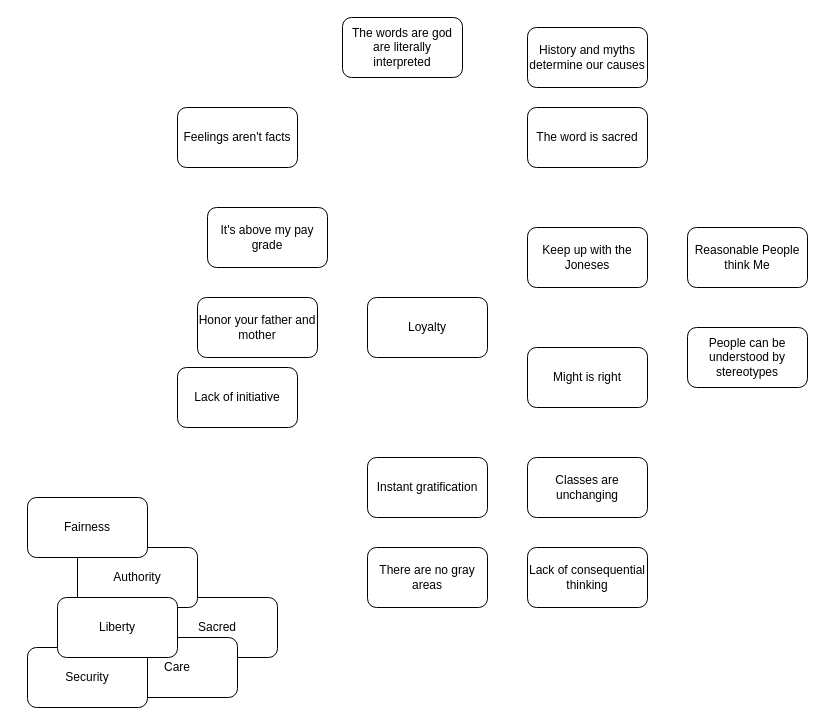
Earlier version of the draw.io diagram memespace_auth.drawio (codeaudit/1). Source tidied: cells renumbered, new cells numbered last; positions are measured from the earlier drawing's top-left corner, leaving out a move shared by most shapes. Both pictures are drawn from the tidied source at 100%, with x=0, y=0 at pixel (27, 17).
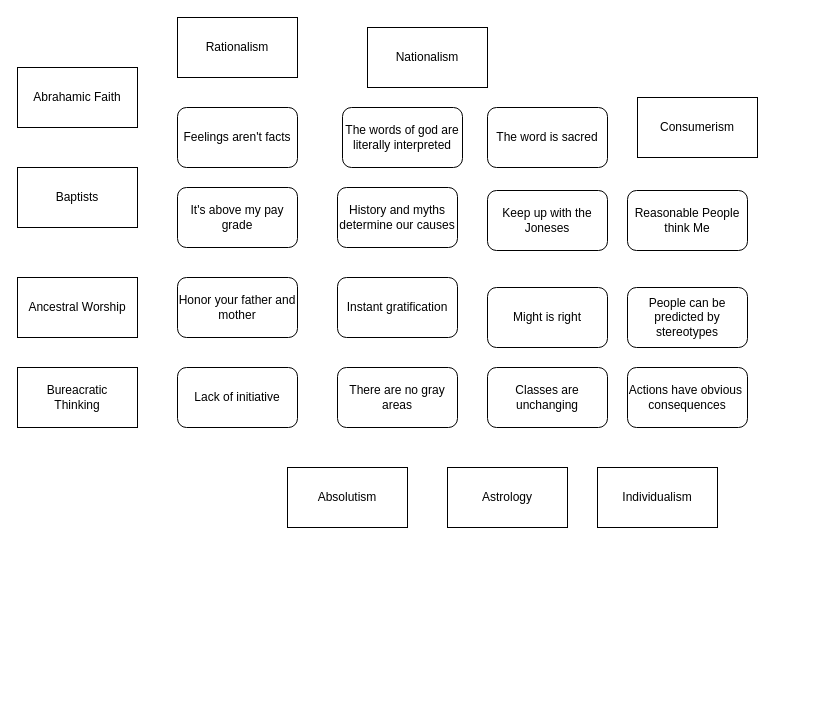
After the change.

Change to the diagram source:
```diff
@@
     <mxCell id="2" value="Keep up with the Joneses" style="rounded=1;whiteSpace=wrap;html=1;" parent="1" vertex="1">
-      <mxGeometry x="500" y="210" width="120" height="60" as="geometry" />
+      <mxGeometry x="460" y="173" width="120" height="60" as="geometry" />
     </mxCell>
     <mxCell id="3" value="The word is sacred" style="rounded=1;whiteSpace=wrap;html=1;" parent="1" vertex="1">
-      <mxGeometry x="500" y="90" width="120" height="60" as="geometry" />
+      <mxGeometry x="460" y="90" width="120" height="60" as="geometry" />
     </mxCell>
-    <mxCell id="4" value="Sacred" style="rounded=1;whiteSpace=wrap;html=1;" parent="1" vertex="1">
-      <mxGeometry x="130" y="580" width="120" height="60" as="geometry" />
-    </mxCell>
-    <mxCell id="5" value="Authority" style="rounded=1;whiteSpace=wrap;html=1;" parent="1" vertex="1">
-      <mxGeometry x="50" y="530" width="120" height="60" as="geometry" />
-    </mxCell>
-    <mxCell id="6" value="Care" style="rounded=1;whiteSpace=wrap;html=1;" parent="1" vertex="1">
-      <mxGeometry x="90" y="620" width="120" height="60" as="geometry" />
-    </mxCell>
-    <mxCell id="7" value="Security" style="rounded=1;whiteSpace=wrap;html=1;" parent="1" vertex="1">
-      <mxGeometry y="630" width="120" height="60" as="geometry" />
-    </mxCell>
-    <mxCell id="8" value="Loyalty" style="rounded=1;whiteSpace=wrap;html=1;" parent="1" vertex="1">
-      <mxGeometry x="340" y="280" width="120" height="60" as="geometry" />
-    </mxCell>
-    <mxCell id="9" value="Fairness" style="rounded=1;whiteSpace=wrap;html=1;" parent="1" vertex="1">
-      <mxGeometry y="480" width="120" height="60" as="geometry" />
-    </mxCell>
-    <mxCell id="10" value="Liberty" style="rounded=1;whiteSpace=wrap;html=1;" parent="1" vertex="1">
-      <mxGeometry x="30" y="580" width="120" height="60" as="geometry" />
-    </mxCell>
     <mxCell id="11" value="Might is right" style="rounded=1;whiteSpace=wrap;html=1;" parent="1" vertex="1">
-      <mxGeometry x="500" y="330" width="120" height="60" as="geometry" />
+      <mxGeometry x="460" y="270" width="120" height="60" as="geometry" />
     </mxCell>
     <mxCell id="12" value="Classes are unchanging" style="rounded=1;whiteSpace=wrap;html=1;" parent="1" vertex="1">
-      <mxGeometry x="500" y="440" width="120" height="60" as="geometry" />
+      <mxGeometry x="460" y="350" width="120" height="60" as="geometry" />
     </mxCell>
@@
     <mxCell id="14" value="There are no gray areas" style="rounded=1;whiteSpace=wrap;html=1;" parent="1" vertex="1">
-      <mxGeometry x="340" y="530" width="120" height="60" as="geometry" />
+      <mxGeometry x="310" y="350" width="120" height="60" as="geometry" />
     </mxCell>
     <mxCell id="15" value="Reasonable People think Me" style="rounded=1;whiteSpace=wrap;html=1;" parent="1" vertex="1">
-      <mxGeometry x="660" y="210" width="120" height="60" as="geometry" />
+      <mxGeometry x="600" y="173" width="120" height="60" as="geometry" />
     </mxCell>
     <mxCell id="16" value="It's above my pay grade" style="rounded=1;whiteSpace=wrap;html=1;" parent="1" vertex="1">
-      <mxGeometry x="180" y="190" width="120" height="60" as="geometry" />
+      <mxGeometry x="150" y="170" width="120" height="60" as="geometry" />
     </mxCell>
@@
-    <mxCell id="18" value="The words are god are literally interpreted" style="rounded=1;whiteSpace=wrap;html=1;" parent="1" vertex="1">
-      <mxGeometry x="315" width="120" height="60" as="geometry" />
+    <mxCell id="18" value="The words of god are literally interpreted" style="rounded=1;whiteSpace=wrap;html=1;" parent="1" vertex="1">
+      <mxGeometry x="315" y="90" width="120" height="60" as="geometry" />
     </mxCell>
-    <mxCell id="19" value="People can be understood by stereotypes" style="rounded=1;whiteSpace=wrap;html=1;" parent="1" vertex="1">
-      <mxGeometry x="660" y="310" width="120" height="60" as="geometry" />
+    <mxCell id="19" value="People can be predicted by stereotypes" style="rounded=1;whiteSpace=wrap;html=1;" parent="1" vertex="1">
+      <mxGeometry x="600" y="270" width="120" height="60" as="geometry" />
     </mxCell>
-    <mxCell id="20" value="Lack of consequential thinking" style="rounded=1;whiteSpace=wrap;html=1;" parent="1" vertex="1">
-      <mxGeometry x="500" y="530" width="120" height="60" as="geometry" />
+    <mxCell id="20" value="Actions have obvious&amp;nbsp; consequences" style="rounded=1;whiteSpace=wrap;html=1;" parent="1" vertex="1">
+      <mxGeometry x="600" y="350" width="120" height="60" as="geometry" />
     </mxCell>
     <mxCell id="21" value="Instant gratification" style="rounded=1;whiteSpace=wrap;html=1;" parent="1" vertex="1">
-      <mxGeometry x="340" y="440" width="120" height="60" as="geometry" />
+      <mxGeometry x="310" y="260" width="120" height="60" as="geometry" />
     </mxCell>
     <mxCell id="22" value="History and myths determine our causes" style="rounded=1;whiteSpace=wrap;html=1;" parent="1" vertex="1">
-      <mxGeometry x="500" y="10" width="120" height="60" as="geometry" />
+      <mxGeometry x="310" y="170" width="120" height="60" as="geometry" />
     </mxCell>
     <mxCell id="23" value="Honor your father and mother" style="rounded=1;whiteSpace=wrap;html=1;" parent="1" vertex="1">
-      <mxGeometry x="170" y="280" width="120" height="60" as="geometry" />
+      <mxGeometry x="150" y="260" width="120" height="60" as="geometry" />
     </mxCell>
+    <mxCell id="24" value="Abrahamic Faith" style="rounded=0;whiteSpace=wrap;html=1;" parent="1" vertex="1">
+      <mxGeometry x="-10" y="50" width="120" height="60" as="geometry" />
+    </mxCell>
+    <mxCell id="25" value="Baptists" style="rounded=0;whiteSpace=wrap;html=1;" parent="1" vertex="1">
+      <mxGeometry x="-10" y="150" width="120" height="60" as="geometry" />
+    </mxCell>
+    <mxCell id="26" value="Ancestral Worship" style="rounded=0;whiteSpace=wrap;html=1;" parent="1" vertex="1">
+      <mxGeometry x="-10" y="260" width="120" height="60" as="geometry" />
+    </mxCell>
+    <mxCell id="27" value="Bureacratic&lt;br&gt;Thinking" style="rounded=0;whiteSpace=wrap;html=1;" parent="1" vertex="1">
+      <mxGeometry x="-10" y="350" width="120" height="60" as="geometry" />
+    </mxCell>
+    <mxCell id="28" value="Rationalism" style="rounded=0;whiteSpace=wrap;html=1;" parent="1" vertex="1">
+      <mxGeometry x="150" width="120" height="60" as="geometry" />
+    </mxCell>
+    <mxCell id="29" value="Consumerism" style="rounded=0;whiteSpace=wrap;html=1;" parent="1" vertex="1">
+      <mxGeometry x="610" y="80" width="120" height="60" as="geometry" />
+    </mxCell>
+    <mxCell id="30" value="Individualism" style="rounded=0;whiteSpace=wrap;html=1;" parent="1" vertex="1">
+      <mxGeometry x="570" y="450" width="120" height="60" as="geometry" />
+    </mxCell>
+    <mxCell id="31" value="Astrology" style="rounded=0;whiteSpace=wrap;html=1;" parent="1" vertex="1">
+      <mxGeometry x="420" y="450" width="120" height="60" as="geometry" />
+    </mxCell>
+    <mxCell id="32" value="Absolutism" style="rounded=0;whiteSpace=wrap;html=1;" parent="1" vertex="1">
+      <mxGeometry x="260" y="450" width="120" height="60" as="geometry" />
+    </mxCell>
+    <mxCell id="33" value="Nationalism" style="rounded=0;whiteSpace=wrap;html=1;" parent="1" vertex="1">
+      <mxGeometry x="340" y="10" width="120" height="60" as="geometry" />
+    </mxCell>
```
